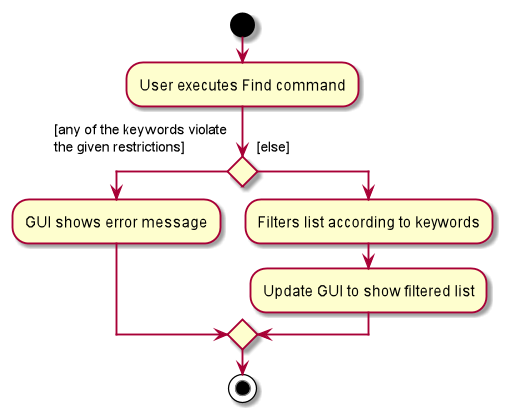
Before: docs/images/FindActivityDiagram.png, a diagram exported from PlantUML (nus-cs2103-AY2021S1/tp).
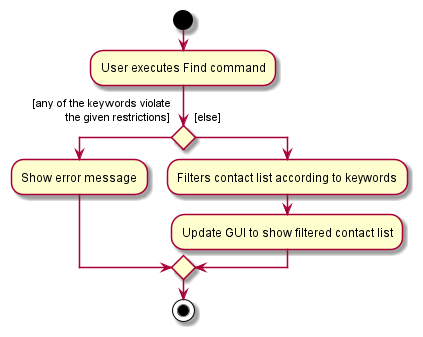
The same diagram one commit later.

What changed in the source:
```diff
@@ -4,13 +4,13 @@
 
 
 if () then ([any of the keywords violate
-the given restrictions]
+           the given restrictions]
 )
-    :GUI shows error message;
+:Show error message;
 else ([else]
 )
-    :Filters list according to keywords;
-    :Update GUI to show filtered list;
+    :Filters contact list according to keywords;
+    :Update GUI to show filtered contact list;
 endif
 stop
 @enduml
```
